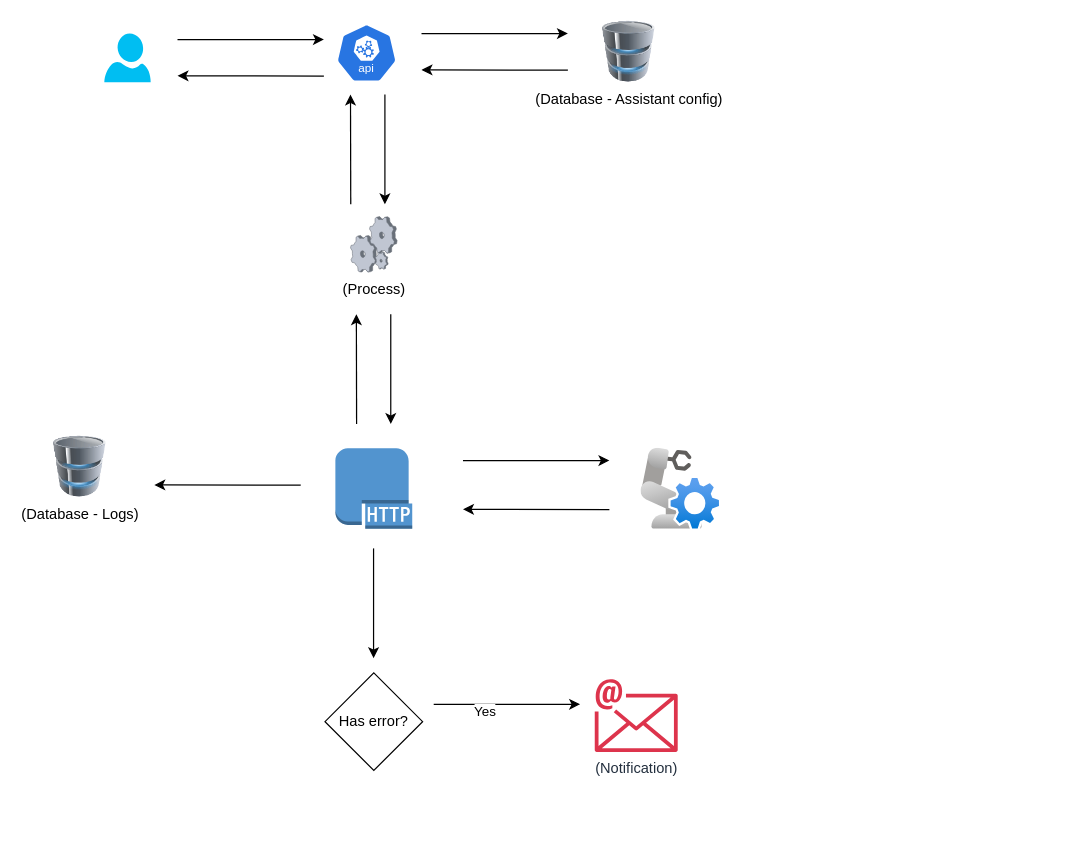
Before: Assistant_Module.drawio in jonreygalera/diagram, a draw.io diagram. Source tidied: cells renumbered, new cells numbered last; positions are measured from the earlier drawing's top-left corner, leaving out a move shared by most shapes. Both pictures are drawn from the tidied source at 122%, with x=0, y=0 at pixel (30, 21).
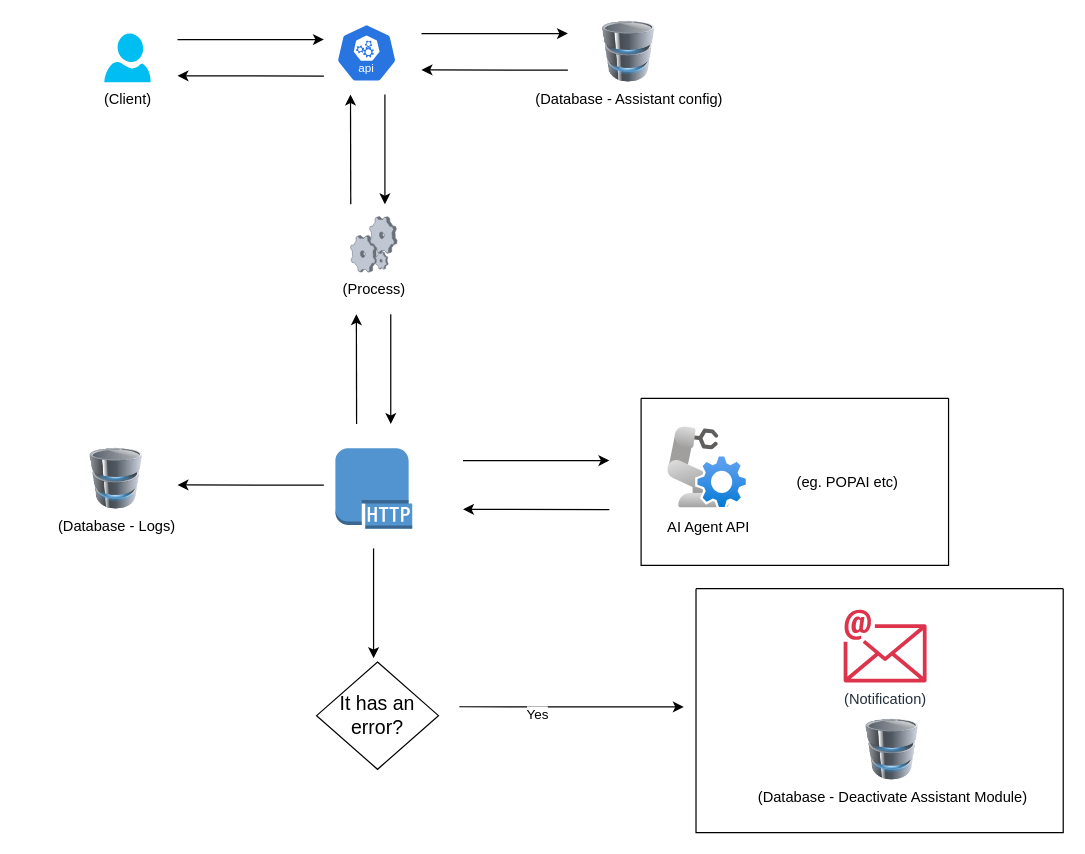
The same page after the edit.

What changed in the source:
```diff
@@
-    <mxCell id="2" style="verticalLabelPosition=bottom;html=1;verticalAlign=top;align=center;strokeColor=none;fillColor=#00BEF2;shape=mxgraph.azure.user;" parent="1" vertex="1">
+    <mxCell id="2" value="(Client)" style="verticalLabelPosition=bottom;html=1;verticalAlign=top;align=center;strokeColor=none;fillColor=#00BEF2;shape=mxgraph.azure.user;" parent="1" vertex="1">
       <mxGeometry x="60" y="10" width="38" height="40" as="geometry" />
     </mxCell>
@@
-    <mxCell id="8" style="image;html=1;align=center;fontSize=12;image=img/lib/azure2/other/Defender_Robot_Controller.svg;" parent="1" vertex="1">
-      <mxGeometry x="500" y="350" width="66.2" height="68" as="geometry" />
-    </mxCell>
@@
     <mxCell id="16" style="endArrow=classic;html=1;rounded=0;flowAnimation=1;" parent="1" edge="1">
       <mxGeometry relative="1" as="geometry">
-        <mxPoint x="221" y="380.2" as="sourcePoint" />
-        <mxPoint x="101" y="380" as="targetPoint" />
+        <mxPoint x="240" y="380.2" as="sourcePoint" />
+        <mxPoint x="120" y="380" as="targetPoint" />
       </mxGeometry>
     </mxCell>
     <mxCell id="17" value="(Database - Logs)" style="image;html=1;image=img/lib/clip_art/computers/Database_128x128.png;" parent="1" vertex="1">
-      <mxGeometry y="340" width="80" height="50" as="geometry" />
+      <mxGeometry x="30" y="350" width="80" height="50" as="geometry" />
     </mxCell>
@@
-    <mxCell id="20" value="Has error?" style="rhombus;whiteSpace=wrap;html=1;" parent="1" vertex="1">
-      <mxGeometry x="240.9" y="534" width="80" height="80" as="geometry" />
+    <mxCell id="20" value="&lt;p style=&quot;font-size: 16px&quot;&gt;It has an error?&lt;/p&gt;" style="rhombus;whiteSpace=wrap;html=1;" parent="1" vertex="1">
+      <mxGeometry x="234" y="525.1" width="99.9" height="88" as="geometry" />
     </mxCell>
@@
-    <mxCell id="22" value="(Notification)" style="sketch=0;fontColor=#232F3E;gradientColor=none;fillColor=#DD344C;strokeColor=none;dashed=0;verticalLabelPosition=bottom;verticalAlign=top;align=center;html=1;fontSize=12;fontStyle=0;shape=mxgraph.aws4.email;" parent="1" vertex="1">
-      <mxGeometry x="462" y="539" width="68" height="60.1" as="geometry" />
-    </mxCell>
     <mxCell id="23" style="endArrow=classic;html=1;rounded=0;flowAnimation=1;" parent="1" edge="1">
       <mxGeometry relative="1" as="geometry">
-        <mxPoint x="330" y="559.8" as="sourcePoint" />
-        <mxPoint x="450" y="559.8" as="targetPoint" />
+        <mxPoint x="351" y="561.8" as="sourcePoint" />
+        <mxPoint x="535" y="562" as="targetPoint" />
       </mxGeometry>
     </mxCell>
@@
+    <mxCell id="25" style="swimlane;startSize=0;" parent="1" vertex="1">
+      <mxGeometry x="545" y="465" width="301" height="200" as="geometry" />
+    </mxCell>
+    <mxCell id="22" value="(Notification)" style="sketch=0;fontColor=#232F3E;gradientColor=none;fillColor=#DD344C;strokeColor=none;dashed=0;verticalLabelPosition=bottom;verticalAlign=top;align=center;html=1;fontSize=12;fontStyle=0;shape=mxgraph.aws4.email;" parent="25" vertex="1">
+      <mxGeometry x="121" y="17" width="68" height="60.1" as="geometry" />
+    </mxCell>
+    <mxCell id="26" value="(Database - Deactivate Assistant Module)" style="image;html=1;image=img/lib/clip_art/computers/Database_128x128.png;" parent="25" vertex="1">
+      <mxGeometry x="121" y="107" width="80" height="50" as="geometry" />
+    </mxCell>
+    <mxCell id="27" style="swimlane;startSize=0;" parent="1" vertex="1">
+      <mxGeometry x="500" y="309" width="252" height="137" as="geometry" />
+    </mxCell>
+    <mxCell id="8" value="AI Agent API" style="image;html=1;align=center;fontSize=12;image=img/lib/azure2/other/Defender_Robot_Controller.svg;" parent="27" vertex="1">
+      <mxGeometry x="22" y="23.5" width="66.2" height="68" as="geometry" />
+    </mxCell>
+    <mxCell id="28" value="(eg. POPAI etc)" style="text;html=1;align=center;verticalAlign=middle;whiteSpace=wrap;rounded=0;" parent="27" vertex="1">
+      <mxGeometry x="124" y="53.5" width="91" height="30" as="geometry" />
+    </mxCell>
```
